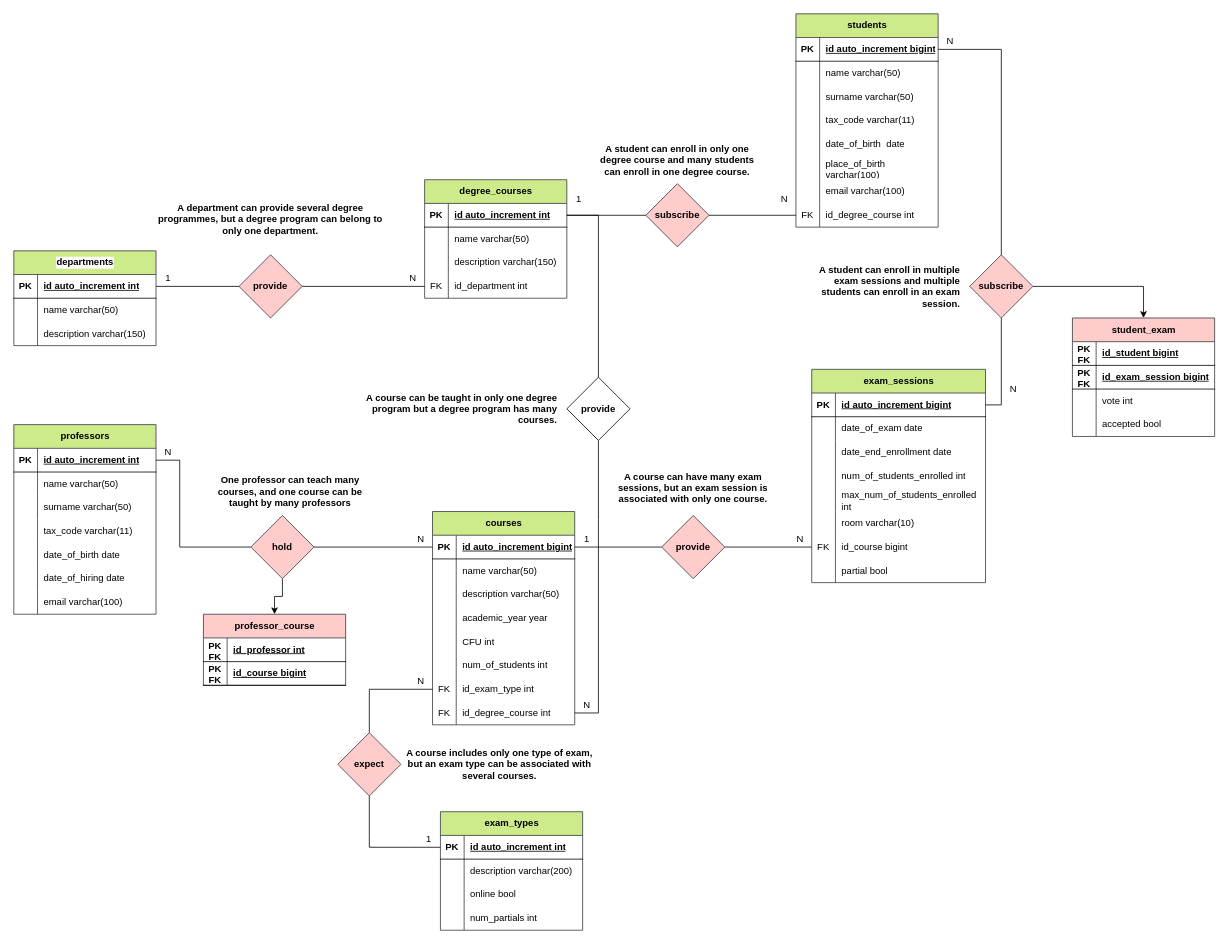
Earlier version of the draw.io diagram db_university.drawio (totarochristian/db-university). Source tidied: cells renumbered, new cells numbered last; positions are measured from the earlier drawing's top-left corner, leaving out a move shared by most shapes. Both pictures are drawn from the tidied source at 79%, with x=0, y=0 at pixel (13, 13).
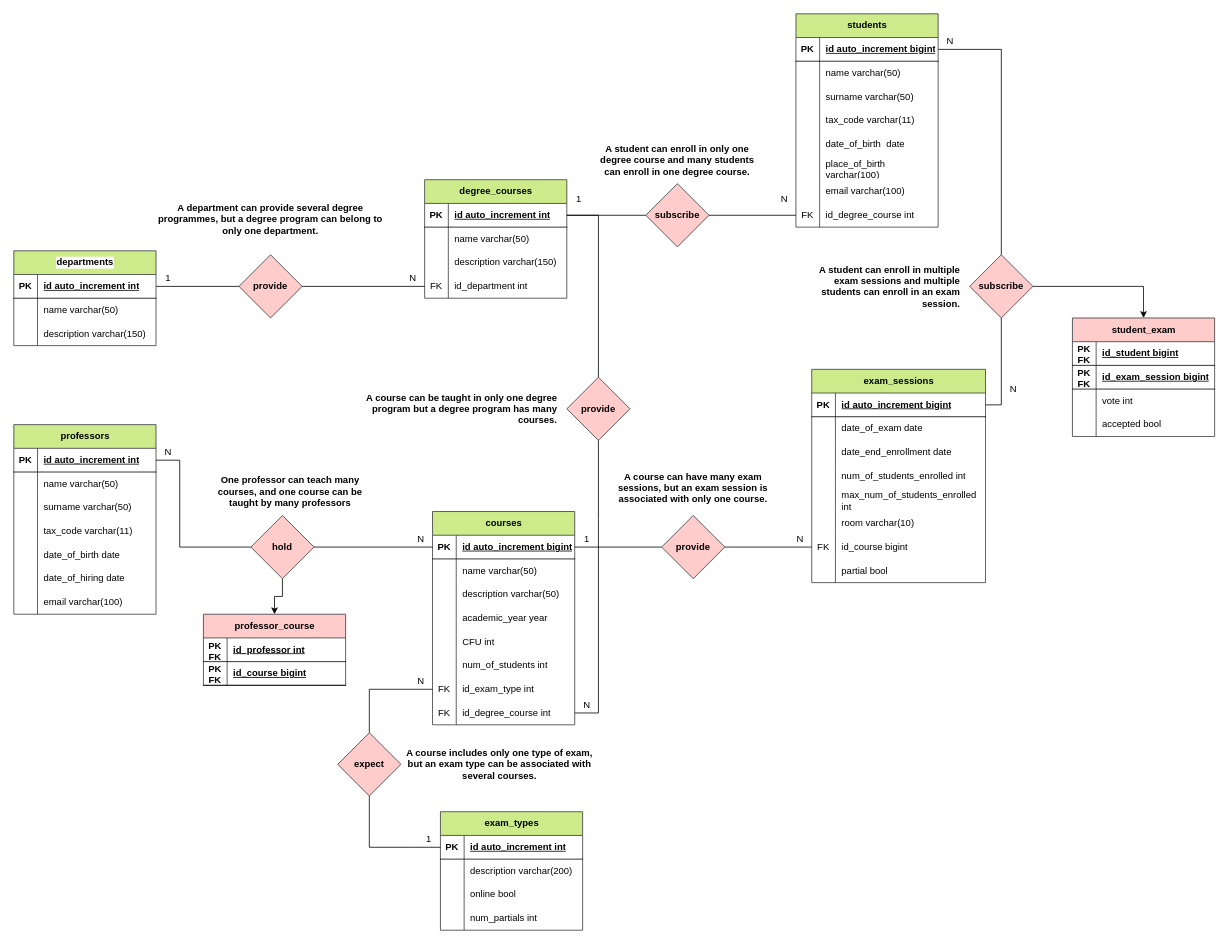
After the change.

Commit message (it also covers changes not shown here):
Update color of an element

Diff of the diagram source:
```diff
@@
-    <mxCell id="73" value="provide" style="rhombus;whiteSpace=wrap;html=1;startSize=30;fontStyle=1;" parent="1" vertex="1">
+    <mxCell id="73" value="provide" style="rhombus;whiteSpace=wrap;html=1;startSize=30;fontStyle=1;fillColor=#ffcccc;strokeColor=#36393d;" parent="1" vertex="1">
       <mxGeometry x="700" y="460" width="80" height="80" as="geometry" />
     </mxCell>
```
